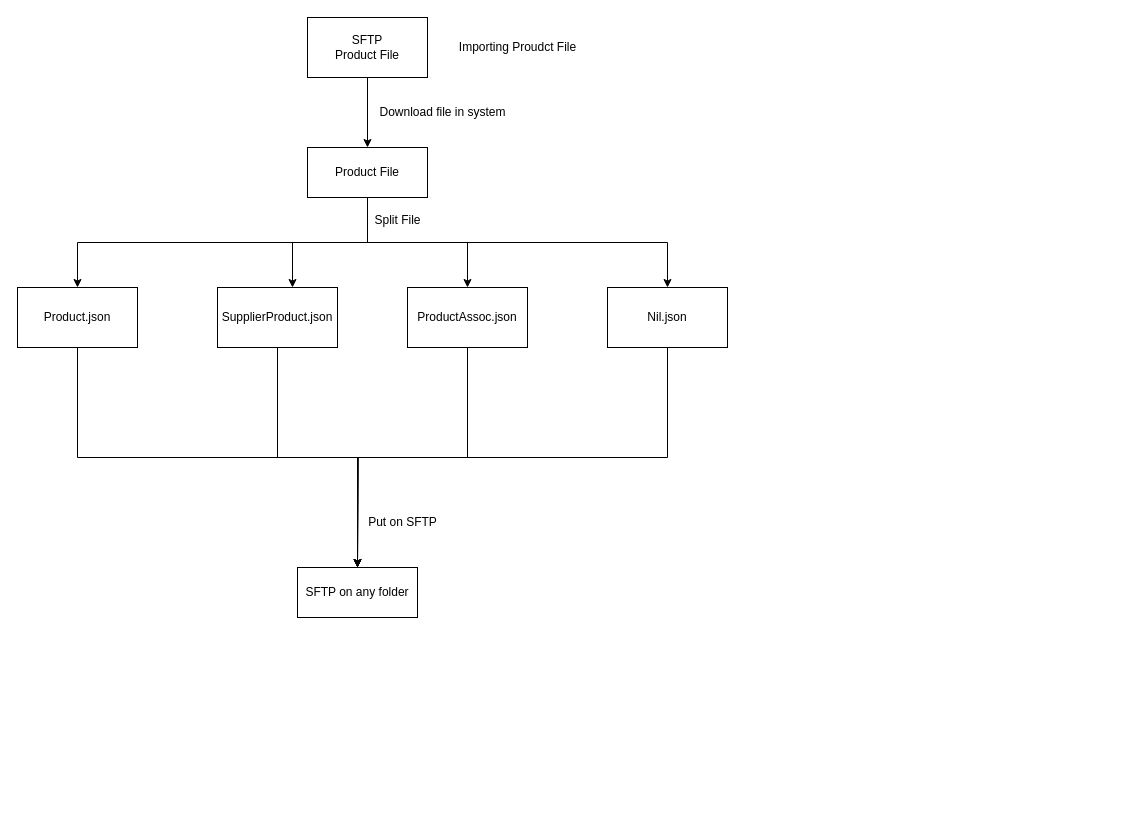
This is SOC-PrdouctImport.drawio from VireshShah05/Java_Tuts, a draw.io file, before an edit. Source tidied: cells renumbered, new cells numbered last; positions are measured from the earlier drawing's top-left corner, leaving out a move shared by most shapes. Both pictures are drawn from the tidied source at 100%, with x=0, y=0 at pixel (17, 17).
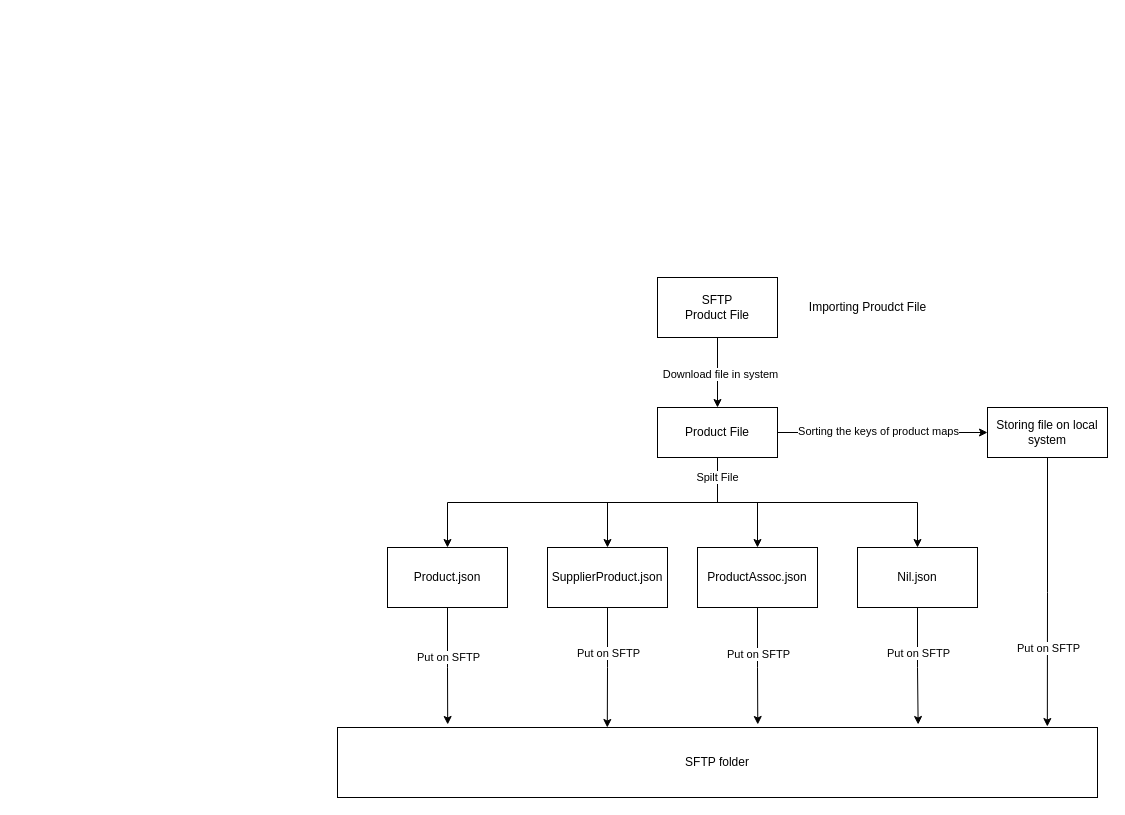
The same diagram, later.

The change refers to these unchanged cells:
```xml
<mxCell id="6" style="edgeStyle=orthogonalEdgeStyle;rounded=0;jettySize=auto;html=1;exitX=0.5;exitY=1;exitDx=0;exitDy=0;" parent="1" edge="1" source="7" target="10">
  <mxGeometry relative="1" as="geometry" />
</mxCell>
```

The edit, as a diff of the source:
```diff
@@
     <mxCell id="2" value="SFTP&lt;br&gt;Product File" style="rounded=0;whiteSpace=wrap;html=1;" parent="1" vertex="1">
-      <mxGeometry x="290" width="120" height="60" as="geometry" />
+      <mxGeometry x="640" y="260" width="120" height="60" as="geometry" />
     </mxCell>
@@
     <mxCell id="4" style="edgeStyle=orthogonalEdgeStyle;rounded=0;jettySize=auto;html=1;" parent="1" edge="1" source="7" target="14">
       <mxGeometry relative="1" as="geometry">
         <Array as="points">
-          <mxPoint x="350" y="225" />
-          <mxPoint x="275" y="225" />
+          <mxPoint x="700" y="485" />
+          <mxPoint x="590" y="485" />
         </Array>
       </mxGeometry>
     </mxCell>
@@
+    <mxCell id="22" value="Spilt File" style="edgeLabel;html=1;align=center;verticalAlign=middle;" parent="6" vertex="1">
+      <mxGeometry x="-0.87" y="-1" relative="1" as="geometry" />
+    </mxCell>
+    <mxCell id="23" style="edgeStyle=orthogonalEdgeStyle;rounded=0;jettySize=auto;html=1;entryX=0;entryY=0.5;entryDx=0;entryDy=0;" parent="1" edge="1" source="7" target="31">
+      <mxGeometry relative="1" as="geometry" />
+    </mxCell>
+    <mxCell id="24" style="edgeLabel;html=1;align=center;verticalAlign=middle;" parent="23" vertex="1">
+      <mxGeometry x="-0.22" y="2" relative="1" as="geometry" />
+    </mxCell>
+    <mxCell id="25" value="Sorting the keys of product maps" style="edgeLabel;html=1;align=center;verticalAlign=middle;" parent="23" vertex="1">
+      <mxGeometry x="-0.23" y="2" relative="1" as="geometry">
+        <mxPoint x="19" as="offset" />
+      </mxGeometry>
+    </mxCell>
     <mxCell id="7" value="Product File" style="rounded=0;whiteSpace=wrap;html=1;" parent="1" vertex="1">
-      <mxGeometry x="290" y="130" width="120" height="50" as="geometry" />
+      <mxGeometry x="640" y="390" width="120" height="50" as="geometry" />
     </mxCell>
-    <mxCell id="8" style="endArrow=classic;html=1;rounded=0;exitX=0.5;exitY=1;exitDx=0;exitDy=0;" parent="1" edge="1" source="2">
-      <mxGeometry relative="1" as="geometry">
-        <mxPoint x="350" y="130" as="targetPoint" />
-      </mxGeometry>
-    </mxCell>
-    <mxCell id="9" style="edgeStyle=orthogonalEdgeStyle;rounded=0;jettySize=auto;html=1;exitX=0.5;exitY=1;exitDx=0;exitDy=0;" parent="1" edge="1" source="10">
-      <mxGeometry relative="1" as="geometry">
-        <mxPoint x="340" y="550" as="targetPoint" />
-      </mxGeometry>
-    </mxCell>
+    <mxCell id="26" style="endArrow=classic;html=1;rounded=0;exitX=0.5;exitY=1;exitDx=0;exitDy=0;" parent="1" edge="1" source="2">
+      <mxGeometry relative="1" as="geometry">
+        <mxPoint x="700" y="390" as="targetPoint" />
+      </mxGeometry>
+    </mxCell>
+    <mxCell id="27" style="edgeLabel;html=1;align=center;verticalAlign=middle;" parent="26" vertex="1">
+      <mxGeometry x="-0.29" y="1" relative="1" as="geometry" />
+    </mxCell>
+    <mxCell id="18" value="Download file in system" style="edgeLabel;html=1;align=center;verticalAlign=middle;" parent="26" vertex="1">
+      <mxGeometry x="0.03" y="2" relative="1" as="geometry" />
+    </mxCell>
     <mxCell id="10" value="Nil.json" style="rounded=0;whiteSpace=wrap;html=1;" parent="1" vertex="1">
-      <mxGeometry x="590" y="270" width="120" height="60" as="geometry" />
+      <mxGeometry x="840" y="530" width="120" height="60" as="geometry" />
     </mxCell>
-    <mxCell id="11" style="edgeStyle=orthogonalEdgeStyle;rounded=0;jettySize=auto;html=1;exitX=0.5;exitY=1;exitDx=0;exitDy=0;" parent="1" edge="1" source="12">
-      <mxGeometry relative="1" as="geometry">
-        <mxPoint x="340" y="550" as="targetPoint" />
-      </mxGeometry>
-    </mxCell>
     <mxCell id="12" value="ProductAssoc.json" style="rounded=0;whiteSpace=wrap;html=1;" parent="1" vertex="1">
-      <mxGeometry x="390" y="270" width="120" height="60" as="geometry" />
+      <mxGeometry x="680" y="530" width="120" height="60" as="geometry" />
     </mxCell>
-    <mxCell id="13" style="edgeStyle=orthogonalEdgeStyle;rounded=0;jettySize=auto;html=1;exitX=0.5;exitY=1;exitDx=0;exitDy=0;" parent="1" edge="1" source="14">
-      <mxGeometry relative="1" as="geometry">
-        <mxPoint x="340" y="550" as="targetPoint" />
-      </mxGeometry>
-    </mxCell>
     <mxCell id="14" value="SupplierProduct.json" style="rounded=0;whiteSpace=wrap;html=1;" parent="1" vertex="1">
-      <mxGeometry x="200" y="270" width="120" height="60" as="geometry" />
+      <mxGeometry x="530" y="530" width="120" height="60" as="geometry" />
     </mxCell>
-    <mxCell id="15" style="edgeStyle=orthogonalEdgeStyle;rounded=0;jettySize=auto;html=1;exitX=0.5;exitY=1;exitDx=0;exitDy=0;entryX=0.5;entryY=0;entryDx=0;entryDy=0;" parent="1" edge="1" source="16" target="17">
-      <mxGeometry relative="1" as="geometry" />
-    </mxCell>
     <mxCell id="16" value="Product.json" style="rounded=0;whiteSpace=wrap;html=1;" parent="1" vertex="1">
-      <mxGeometry y="270" width="120" height="60" as="geometry" />
+      <mxGeometry x="370" y="530" width="120" height="60" as="geometry" />
     </mxCell>
-    <mxCell id="17" value="SFTP on any folder" style="rounded=0;whiteSpace=wrap;html=1;" parent="1" vertex="1">
-      <mxGeometry x="280" y="550" width="120" height="50" as="geometry" />
-    </mxCell>
-    <mxCell id="18" value="Download file in system" style="text;html=1;align=center;verticalAlign=middle;strokeColor=none;fillColor=none;" parent="1" vertex="1">
-      <mxGeometry x="350" y="80" width="150" height="30" as="geometry" />
-    </mxCell>
+    <mxCell id="28" value="SFTP folder" style="rounded=0;whiteSpace=wrap;html=1;" parent="1" vertex="1">
+      <mxGeometry x="320" y="710" width="760" height="70" as="geometry" />
+    </mxCell>
     <mxCell id="19" value="Importing Proudct File" style="text;html=1;align=center;verticalAlign=middle;strokeColor=none;fillColor=none;" parent="1" vertex="1">
-      <mxGeometry x="430" y="15" width="140" height="30" as="geometry" />
+      <mxGeometry x="780" y="275" width="140" height="30" as="geometry" />
     </mxCell>
-    <mxCell id="20" value="Split File" style="text;html=1;align=center;verticalAlign=middle;strokeColor=none;fillColor=none;" parent="1" vertex="1">
-      <mxGeometry x="345" y="188" width="70" height="30" as="geometry" />
-    </mxCell>
-    <mxCell id="21" value="Put on SFTP" style="text;html=1;align=center;verticalAlign=middle;strokeColor=none;fillColor=none;" parent="1" vertex="1">
-      <mxGeometry x="340" y="490" width="90" height="30" as="geometry" />
-    </mxCell>
+    <mxCell id="29" style="edgeStyle=orthogonalEdgeStyle;rounded=0;jettySize=auto;html=1;exitX=0.5;exitY=1;exitDx=0;exitDy=0;entryX=0.145;entryY=-0.043;entryDx=0;entryDy=0;entryPerimeter=0;" parent="1" edge="1" source="16" target="28">
+      <mxGeometry relative="1" as="geometry" />
+    </mxCell>
+    <mxCell id="30" value="Put on SFTP" style="edgeLabel;html=1;align=center;verticalAlign=middle;" parent="29" vertex="1">
+      <mxGeometry x="0.22" relative="1" as="geometry">
+        <mxPoint y="-21" as="offset" />
+      </mxGeometry>
+    </mxCell>
+    <mxCell id="31" value="Storing file on local system" style="rounded=0;whiteSpace=wrap;html=1;" parent="1" vertex="1">
+      <mxGeometry x="970" y="390" width="120" height="50" as="geometry" />
+    </mxCell>
+    <mxCell id="32" style="edgeStyle=orthogonalEdgeStyle;rounded=0;jettySize=auto;html=1;entryX=0.355;entryY=0;entryDx=0;entryDy=0;entryPerimeter=0;" parent="1" edge="1" source="14" target="28">
+      <mxGeometry relative="1" as="geometry" />
+    </mxCell>
+    <mxCell id="33" value="Put on SFTP" style="edgeLabel;html=1;align=center;verticalAlign=middle;" parent="32" vertex="1">
+      <mxGeometry x="-0.05" y="-1" relative="1" as="geometry">
+        <mxPoint x="1" y="-12" as="offset" />
+      </mxGeometry>
+    </mxCell>
+    <mxCell id="34" style="edgeStyle=orthogonalEdgeStyle;rounded=0;jettySize=auto;html=1;entryX=0.553;entryY=-0.043;entryDx=0;entryDy=0;entryPerimeter=0;" parent="1" edge="1" source="12" target="28">
+      <mxGeometry relative="1" as="geometry" />
+    </mxCell>
+    <mxCell id="35" value="Put on SFTP" style="edgeLabel;html=1;align=center;verticalAlign=middle;" parent="34" vertex="1">
+      <mxGeometry x="-0.03" y="-1" relative="1" as="geometry">
+        <mxPoint x="1" y="-11" as="offset" />
+      </mxGeometry>
+    </mxCell>
+    <mxCell id="36" style="edgeStyle=orthogonalEdgeStyle;rounded=0;jettySize=auto;html=1;entryX=0.764;entryY=-0.043;entryDx=0;entryDy=0;entryPerimeter=0;" parent="1" edge="1" source="10" target="28">
+      <mxGeometry relative="1" as="geometry" />
+    </mxCell>
+    <mxCell id="37" value="Put on SFTP" style="edgeLabel;html=1;align=center;verticalAlign=middle;" parent="36" vertex="1">
+      <mxGeometry x="-0.2" y="2" relative="1" as="geometry">
+        <mxPoint x="-2" y="-2" as="offset" />
+      </mxGeometry>
+    </mxCell>
+    <mxCell id="38" style="edgeStyle=orthogonalEdgeStyle;rounded=0;jettySize=auto;html=1;entryX=0.934;entryY=-0.014;entryDx=0;entryDy=0;entryPerimeter=0;" parent="1" edge="1" source="31" target="28">
+      <mxGeometry relative="1" as="geometry" />
+    </mxCell>
+    <mxCell id="39" style="edgeLabel;html=1;align=center;verticalAlign=middle;" parent="38" vertex="1">
+      <mxGeometry x="0.45" y="1" relative="1" as="geometry">
+        <mxPoint y="-1" as="offset" />
+      </mxGeometry>
+    </mxCell>
+    <mxCell id="40" value="Put on SFTP" style="edgeLabel;html=1;align=center;verticalAlign=middle;" parent="38" vertex="1">
+      <mxGeometry x="0.27" y="1" relative="1" as="geometry">
+        <mxPoint y="20" as="offset" />
+      </mxGeometry>
+    </mxCell>
```
